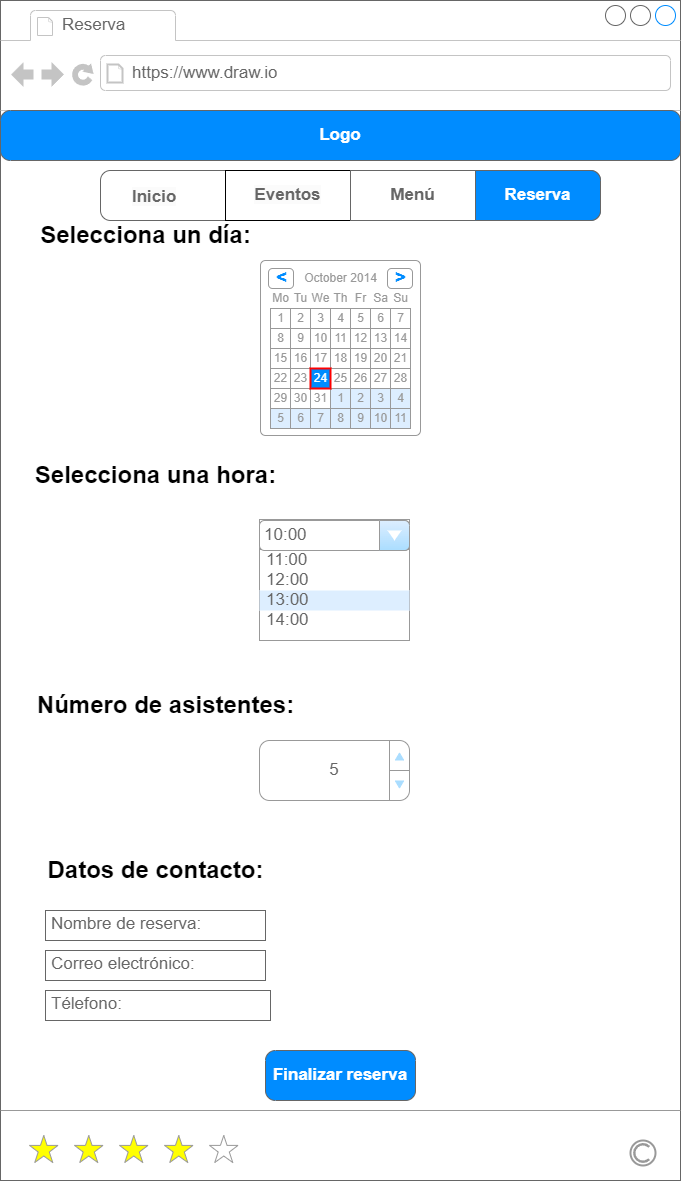
Before: MOCKUPS/Mockups_Cibercafé-Reserva.drawio.png, a diagram exported from draw.io (luciarinconpozo/Cibercafe). Source tidied: cells renumbered, new cells last; positions are measured from the earlier drawing's top-left corner, leaving out a move shared by most shapes.
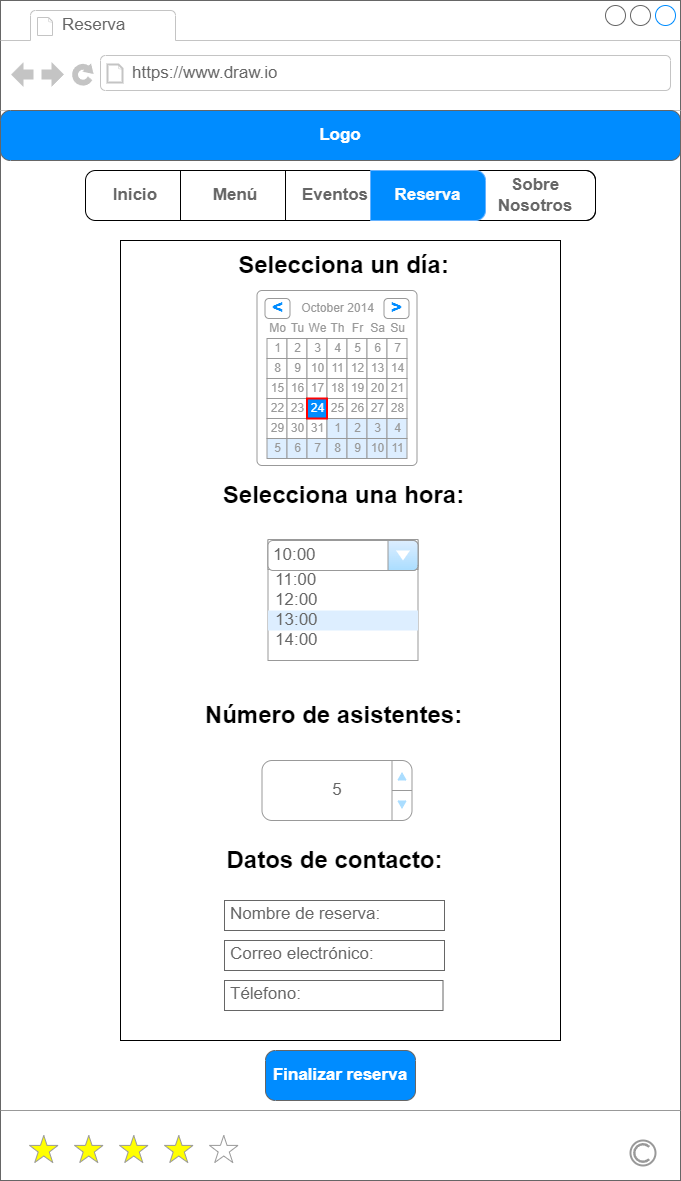
Above is the later version.

What changed in the source:
```diff
@@ -5,6 +5,9 @@
     <mxCell id="2" style="strokeWidth=1;shadow=0;dashed=0;align=center;html=1;shape=mxgraph.mockup.containers.browserWindow;rSize=0;strokeColor=#666666;strokeColor2=#008cff;strokeColor3=#c4c4c4;mainText=,;" parent="1" vertex="1">
       <mxGeometry width="680" height="1180" as="geometry" />
     </mxCell>
+    <mxCell id="83" style="whiteSpace=wrap;html=1;" parent="2" vertex="1">
+      <mxGeometry x="120" y="240" width="440" height="800" as="geometry" />
+    </mxCell>
     <mxCell id="3" value="Reserva" style="strokeWidth=1;shadow=0;dashed=0;align=center;html=1;shape=mxgraph.mockup.containers.anchor;fontSize=17;fontColor=#666666;align=left;whiteSpace=wrap;" parent="2" vertex="1">
       <mxGeometry x="60" y="12" width="110" height="26" as="geometry" />
     </mxCell>
@@ -21,13 +24,13 @@
       <mxGeometry x="630" y="1140" width="25" height="25" as="geometry" />
     </mxCell>
     <mxCell id="8" value="Selecciona un día:" style="text;strokeColor=none;fillColor=none;html=1;fontSize=24;fontStyle=1;verticalAlign=middle;align=center;" parent="2" vertex="1">
-      <mxGeometry y="220" width="290" height="30" as="geometry" />
+      <mxGeometry x="197.5" y="250" width="290" height="30" as="geometry" />
     </mxCell>
     <mxCell id="9" value="Selecciona una hora:" style="text;strokeColor=none;fillColor=none;html=1;fontSize=24;fontStyle=1;verticalAlign=middle;align=center;" parent="2" vertex="1">
-      <mxGeometry x="10" y="460" width="290" height="30" as="geometry" />
+      <mxGeometry x="197.5" y="480" width="290" height="30" as="geometry" />
     </mxCell>
     <mxCell id="10" style="strokeWidth=1;shadow=0;dashed=0;align=center;html=1;shape=mxgraph.mockup.forms.rrect;rSize=0;strokeColor=#999999;fillColor=#ffffff;" parent="2" vertex="1">
-      <mxGeometry x="259" y="520" width="150" height="120" as="geometry" />
+      <mxGeometry x="267.5" y="540" width="150" height="120" as="geometry" />
     </mxCell>
     <mxCell id="11" value="Horas" style="strokeWidth=1;shadow=0;dashed=0;align=center;html=1;shape=mxgraph.mockup.forms.rrect;rSize=0;strokeColor=#999999;fontColor=#008cff;fontSize=17;fillColor=#ffffff;whiteSpace=wrap;" parent="10" vertex="1">
       <mxGeometry width="150" height="30" relative="1" as="geometry">
@@ -58,28 +61,28 @@
       <mxGeometry width="150" height="30" as="geometry" />
     </mxCell>
     <mxCell id="17" value="Número de asistentes:" style="text;strokeColor=none;fillColor=none;html=1;fontSize=24;fontStyle=1;verticalAlign=middle;align=center;" parent="2" vertex="1">
-      <mxGeometry x="20" y="690" width="290" height="30" as="geometry" />
+      <mxGeometry x="188.2" y="700" width="290" height="30" as="geometry" />
     </mxCell>
     <mxCell id="18" value="&lt;div&gt;&lt;br&gt;&lt;/div&gt;&lt;div&gt;5&lt;/div&gt;" style="strokeWidth=1;shadow=0;dashed=0;align=center;html=1;shape=mxgraph.mockup.forms.spinner;strokeColor=#999999;spinLayout=right;spinStyle=normal;adjStyle=triangle;fillColor=#aaddff;fontSize=17;fontColor=#666666;mainText=;html=1;overflow=fill;" parent="2" vertex="1">
-      <mxGeometry x="259" y="740" width="150" height="60" as="geometry" />
+      <mxGeometry x="261.5" y="760" width="150" height="60" as="geometry" />
     </mxCell>
     <mxCell id="19" value="Datos de contacto:" style="text;strokeColor=none;fillColor=none;html=1;fontSize=24;fontStyle=1;verticalAlign=middle;align=center;" parent="2" vertex="1">
-      <mxGeometry x="100" y="850" width="110" height="40" as="geometry" />
+      <mxGeometry x="279" y="840" width="110" height="40" as="geometry" />
     </mxCell>
     <mxCell id="20" value="Finalizar reserva" style="strokeWidth=1;shadow=0;dashed=0;align=center;html=1;shape=mxgraph.mockup.buttons.button;strokeColor=#666666;fontColor=#ffffff;mainText=;buttonStyle=round;fontSize=17;fontStyle=1;fillColor=#008cff;whiteSpace=wrap;" parent="2" vertex="1">
       <mxGeometry x="265" y="1050" width="150" height="50" as="geometry" />
     </mxCell>
     <mxCell id="21" value="Nombre de reserva:" style="strokeWidth=1;shadow=0;dashed=0;align=center;html=1;shape=mxgraph.mockup.text.textBox;fontColor=#666666;align=left;fontSize=17;spacingLeft=4;spacingTop=-3;whiteSpace=wrap;strokeColor=#666666;mainText=;" parent="2" vertex="1">
-      <mxGeometry x="45" y="910" width="220" height="30" as="geometry" />
+      <mxGeometry x="224" y="900" width="220" height="30" as="geometry" />
     </mxCell>
     <mxCell id="22" value="Correo electrónico:" style="strokeWidth=1;shadow=0;dashed=0;align=center;html=1;shape=mxgraph.mockup.text.textBox;fontColor=#666666;align=left;fontSize=17;spacingLeft=4;spacingTop=-3;whiteSpace=wrap;strokeColor=#666666;mainText=;" parent="2" vertex="1">
-      <mxGeometry x="45" y="950" width="220" height="30" as="geometry" />
+      <mxGeometry x="224" y="940" width="220" height="30" as="geometry" />
     </mxCell>
     <mxCell id="23" value="Télefono:" style="strokeWidth=1;shadow=0;dashed=0;align=center;html=1;shape=mxgraph.mockup.text.textBox;fontColor=#666666;align=left;fontSize=17;spacingLeft=4;spacingTop=-3;whiteSpace=wrap;strokeColor=#666666;mainText=;" parent="2" vertex="1">
-      <mxGeometry x="45" y="990" width="225" height="30" as="geometry" />
+      <mxGeometry x="224" y="980" width="218.5" height="30" as="geometry" />
     </mxCell>
     <mxCell id="24" style="strokeWidth=1;shadow=0;dashed=0;align=center;html=1;shape=mxgraph.mockup.forms.rrect;rSize=5;strokeColor=#999999;fillColor=#ffffff;" parent="2" vertex="1">
-      <mxGeometry x="260" y="260" width="160" height="175" as="geometry" />
+      <mxGeometry x="256.5" y="290" width="160" height="175" as="geometry" />
     </mxCell>
     <mxCell id="25" value="October 2014" style="strokeWidth=1;shadow=0;dashed=0;align=center;html=1;shape=mxgraph.mockup.forms.anchor;fontColor=#999999;" parent="24" vertex="1">
       <mxGeometry x="30" y="8" width="100" height="20" as="geometry" />
@@ -240,26 +243,29 @@
     <mxCell id="77" value="Logo" style="strokeWidth=1;shadow=0;dashed=0;align=center;html=1;shape=mxgraph.mockup.buttons.button;strokeColor=#666666;fontColor=#ffffff;mainText=;buttonStyle=round;fontSize=17;fontStyle=1;fillColor=#008cff;whiteSpace=wrap;" parent="2" vertex="1">
       <mxGeometry y="110" width="680" height="50" as="geometry" />
     </mxCell>
-    <mxCell id="78" style="strokeWidth=1;shadow=0;dashed=0;align=center;html=1;shape=mxgraph.mockup.rrect;rSize=10;fillColor=#ffffff;strokeColor=#666666;" parent="2" vertex="1">
-      <mxGeometry x="100" y="170" width="500" height="50" as="geometry" />
-    </mxCell>
+    <mxCell id="84" style="strokeWidth=1;shadow=0;dashed=0;align=center;html=1;shape=mxgraph.mockup.rrect;rSize=10;fontColor=#FFFFFF;labelBackgroundColor=none;" parent="2" vertex="1">
+      <mxGeometry x="85" y="170" width="510" height="50" as="geometry" />
+    </mxCell>
+    <mxCell id="80" value="Menú" style="strokeColor=inherit;fillColor=inherit;gradientColor=inherit;strokeWidth=1;shadow=0;dashed=0;align=center;html=1;shape=mxgraph.mockup.rrect;rSize=0;fontSize=17;fontColor=#666666;fontStyle=1;whiteSpace=wrap;" parent="84" vertex="1">
+      <mxGeometry width="110" height="50" relative="1" as="geometry">
+        <mxPoint x="95" as="offset" />
+      </mxGeometry>
+    </mxCell>
-    <mxCell id="79" value="&lt;span style=&quot;color: rgb(102, 102, 102); font-family: Helvetica; font-size: 17px; font-style: normal; font-variant-ligatures: normal; font-variant-caps: normal; font-weight: 700; letter-spacing: normal; orphans: 2; text-align: center; text-indent: 0px; text-transform: none; white-space: normal; widows: 2; word-spacing: 0px; -webkit-text-stroke-width: 0px; background-color: rgb(251, 251, 251); text-decoration-thickness: initial; text-decoration-style: initial; text-decoration-color: initial; display: inline !important; float: none;&quot;&gt;Eventos&lt;/span&gt;" style="strokeColor=#000000;fillColor=#FFFFFF;gradientColor=inherit;strokeWidth=1;shadow=0;dashed=0;align=center;html=1;shape=mxgraph.mockup.rrect;rSize=0;fontSize=17;fontColor=#666666;fontStyle=1;whiteSpace=wrap;" parent="78" vertex="1">
-      <mxGeometry width="125" height="50" relative="1" as="geometry">
-        <mxPoint x="125" as="offset" />
+    <mxCell id="79" value="Eventos" style="strokeColor=inherit;fillColor=inherit;gradientColor=inherit;strokeWidth=1;shadow=0;dashed=0;align=center;html=1;shape=mxgraph.mockup.rrect;rSize=0;fontSize=17;fontColor=#666666;fontStyle=1;whiteSpace=wrap;" parent="84" vertex="1">
+      <mxGeometry width="100" height="50" relative="1" as="geometry">
+        <mxPoint x="200" as="offset" />
       </mxGeometry>
     </mxCell>
-    <mxCell id="80" value="Menú" style="strokeColor=inherit;fillColor=inherit;gradientColor=inherit;strokeWidth=1;shadow=0;dashed=0;align=center;html=1;shape=mxgraph.mockup.rrect;rSize=0;fontSize=17;fontColor=#666666;fontStyle=1;whiteSpace=wrap;" parent="78" vertex="1">
-      <mxGeometry width="125" height="50" relative="1" as="geometry">
-        <mxPoint x="250" as="offset" />
-      </mxGeometry>
-    </mxCell>
+    <mxCell id="85" value="&lt;font&gt;Sobre Nosotros&lt;/font&gt;" style="strokeColor=default;fillColor=none;strokeWidth=1;shadow=0;dashed=0;align=center;html=1;shape=mxgraph.mockup.rightButton;rSize=10;fontSize=17;fontStyle=1;whiteSpace=wrap;fontColor=#666666;" parent="84" vertex="1">
+      <mxGeometry x="1" width="120" height="50" relative="1" as="geometry">
+        <mxPoint x="-120" as="offset" />
+      </mxGeometry>
+    </mxCell>
+    <mxCell id="82" value="&lt;font&gt;Inicio&lt;/font&gt;" style="strokeWidth=1;shadow=0;dashed=0;align=center;html=1;shape=mxgraph.mockup.leftButton;rSize=10;fontSize=17;fontColor=#666666;fontStyle=1;fillColor=none;strokeColor=none;whiteSpace=wrap;fillStyle=solid;" parent="84" vertex="1">
+      <mxGeometry width="100" height="50" relative="1" as="geometry" />
+    </mxCell>
-    <mxCell id="81" value="&lt;span style=&quot;color: rgb(255, 255, 255);&quot;&gt;Reserva&lt;/span&gt;" style="strokeColor=inherit;fillColor=#008CFF;gradientColor=inherit;strokeWidth=1;shadow=0;dashed=0;align=center;html=1;shape=mxgraph.mockup.rightButton;rSize=10;fontSize=17;fontColor=#666666;fontStyle=1;whiteSpace=wrap;" parent="78" vertex="1">
-      <mxGeometry x="1" width="125" height="50" relative="1" as="geometry">
-        <mxPoint x="-125" as="offset" />
-      </mxGeometry>
+    <mxCell id="81" value="Reserva" style="strokeColor=#66B2FF;fillColor=#008CFF;strokeWidth=1;shadow=0;dashed=0;align=center;html=1;shape=mxgraph.mockup.rightButton;rSize=10;fontSize=17;fontStyle=1;whiteSpace=wrap;fontColor=#FCFCFC;" parent="84" vertex="1">
+      <mxGeometry x="285" width="115" height="50" as="geometry" />
     </mxCell>
-    <mxCell id="82" value="&lt;span style=&quot;color: rgb(102, 102, 102); font-family: Helvetica; font-size: 17px; font-style: normal; font-variant-ligatures: normal; font-variant-caps: normal; font-weight: 700; letter-spacing: normal; orphans: 2; text-align: center; text-indent: 0px; text-transform: none; white-space: normal; widows: 2; word-spacing: 0px; -webkit-text-stroke-width: 0px; background-color: rgb(251, 251, 251); text-decoration-thickness: initial; text-decoration-style: initial; text-decoration-color: initial; display: inline !important; float: none;&quot;&gt;Inicio&lt;/span&gt;" style="text;whiteSpace=wrap;html=1;" parent="78" vertex="1">
-      <mxGeometry x="30" y="10" width="80" height="40" as="geometry" />
-    </mxCell>
   </root>
 </mxGraphModel>
```
